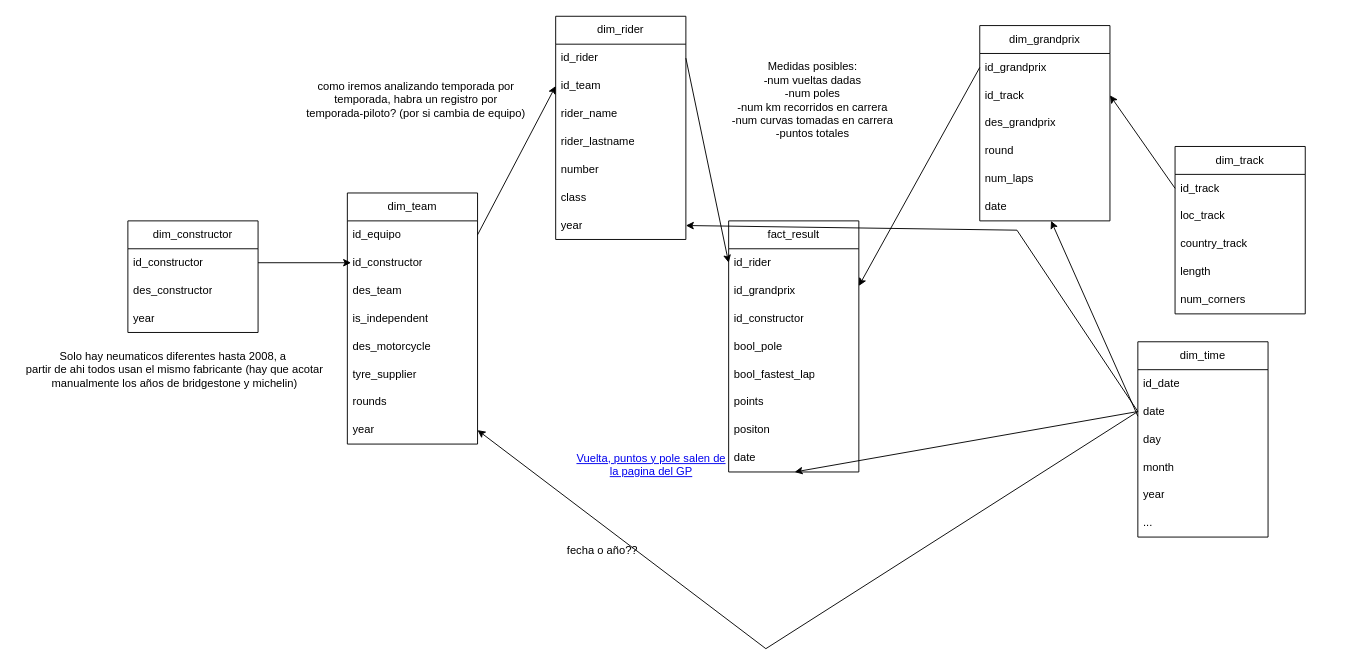
skllg/motogp_dw keeps this draw.io diagram as diagrama tfg.drawio. Above is the earlier version. Source tidied: cells renumbered, new cells numbered last; positions are measured from the earlier drawing's top-left corner, leaving out a move shared by most shapes. Both pictures are drawn from the tidied source at 93%, with x=0, y=0 at pixel (16, 16).
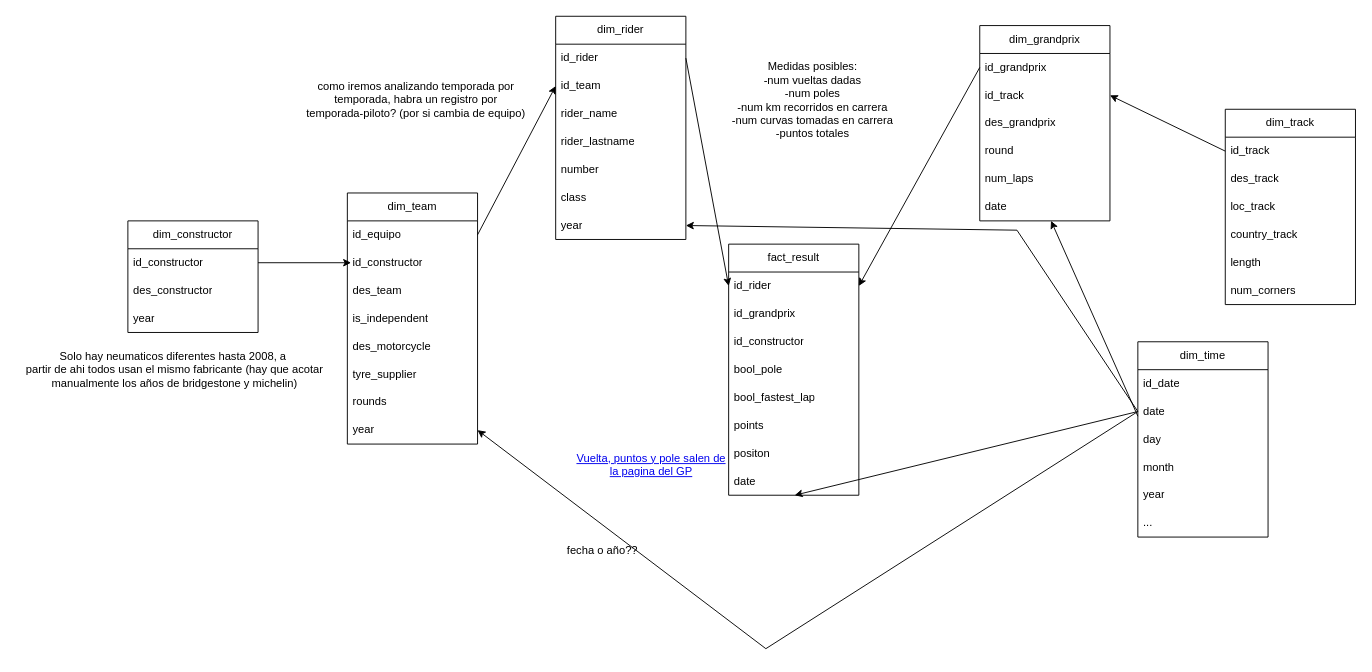
After the change.

Diff of the diagram source:
```diff
@@
     <mxCell id="10" value="fact_result" style="swimlane;fontStyle=0;horizontal=1;startSize=30;whiteSpace=wrap;html=1;" parent="1" vertex="1">
-      <mxGeometry x="766" y="220" width="140" height="270" as="geometry" />
+      <mxGeometry x="766" y="245" width="140" height="270" as="geometry" />
     </mxCell>
@@
     <mxCell id="32" value="dim_track" style="swimlane;fontStyle=0;horizontal=1;startSize=30;whiteSpace=wrap;html=1;" parent="1" vertex="1">
-      <mxGeometry x="1246" y="140" width="140" height="180" as="geometry" />
+      <mxGeometry x="1300" y="100" width="140" height="210" as="geometry" />
     </mxCell>
@@
+    <mxCell id="66" value="des_track" style="text;strokeColor=none;fillColor=none;align=left;verticalAlign=middle;spacingLeft=4;spacingRight=4;overflow=hidden;whiteSpace=wrap;html=1;" parent="32" vertex="1">
+      <mxGeometry y="60" width="140" height="30" as="geometry" />
+    </mxCell>
     <mxCell id="34" value="loc_track" style="text;strokeColor=none;fillColor=none;align=left;verticalAlign=middle;spacingLeft=4;spacingRight=4;overflow=hidden;whiteSpace=wrap;html=1;" parent="32" vertex="1">
-      <mxGeometry y="60" width="140" height="30" as="geometry" />
+      <mxGeometry y="90" width="140" height="30" as="geometry" />
     </mxCell>
     <mxCell id="35" value="country_track" style="text;strokeColor=none;fillColor=none;align=left;verticalAlign=middle;spacingLeft=4;spacingRight=4;overflow=hidden;whiteSpace=wrap;html=1;" parent="32" vertex="1">
-      <mxGeometry y="90" width="140" height="30" as="geometry" />
+      <mxGeometry y="120" width="140" height="30" as="geometry" />
     </mxCell>
     <mxCell id="36" value="length" style="text;strokeColor=none;fillColor=none;align=left;verticalAlign=middle;spacingLeft=4;spacingRight=4;overflow=hidden;whiteSpace=wrap;html=1;" parent="32" vertex="1">
-      <mxGeometry y="120" width="140" height="30" as="geometry" />
+      <mxGeometry y="150" width="140" height="30" as="geometry" />
     </mxCell>
     <mxCell id="37" value="num_corners" style="text;strokeColor=none;fillColor=none;align=left;verticalAlign=middle;spacingLeft=4;spacingRight=4;overflow=hidden;whiteSpace=wrap;html=1;" parent="32" vertex="1">
-      <mxGeometry y="150" width="140" height="30" as="geometry" />
+      <mxGeometry y="180" width="140" height="30" as="geometry" />
     </mxCell>
```
